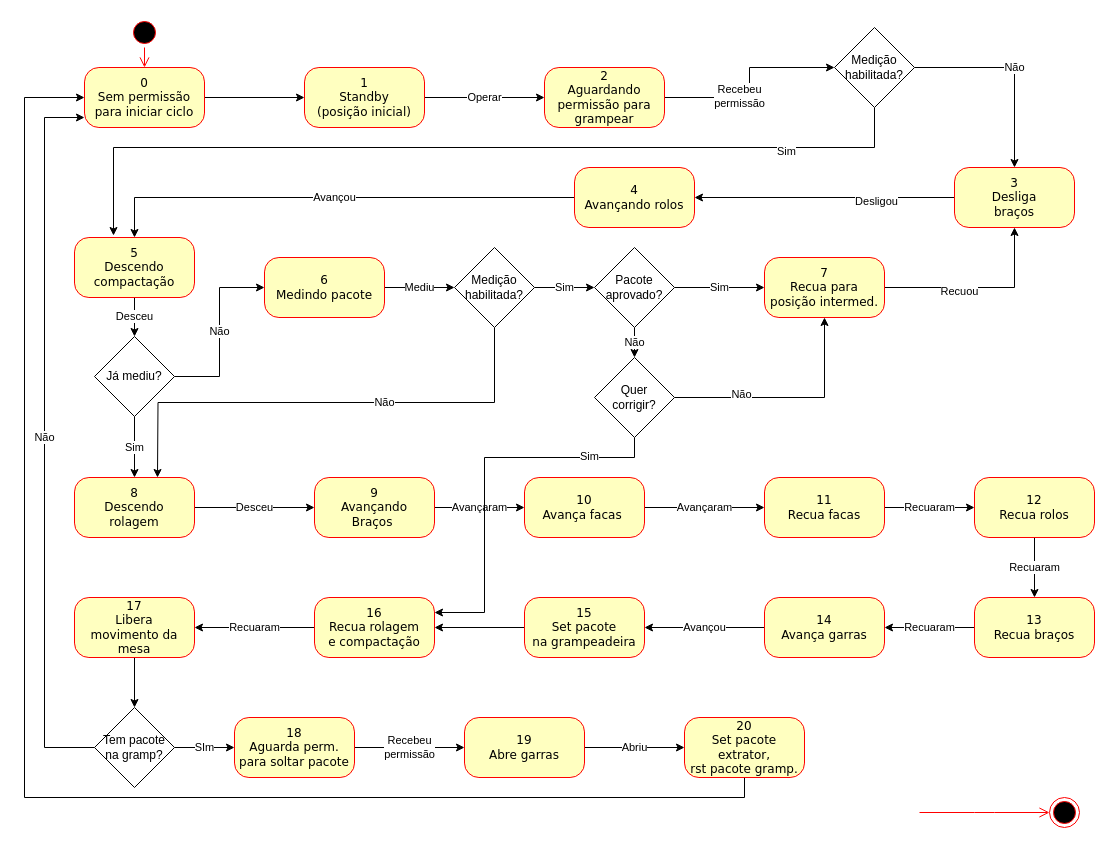
The draw.io diagram estadosGrampeadeiraV2.drawio in JonanMuller/M04196N03_Grampeadeira, before the edit. Source tidied: cells renumbered, new cells numbered last; positions are measured from the earlier drawing's top-left corner, leaving out a move shared by most shapes. Both pictures are drawn from the tidied source at 100%, with x=0, y=0 at pixel (24, 17).
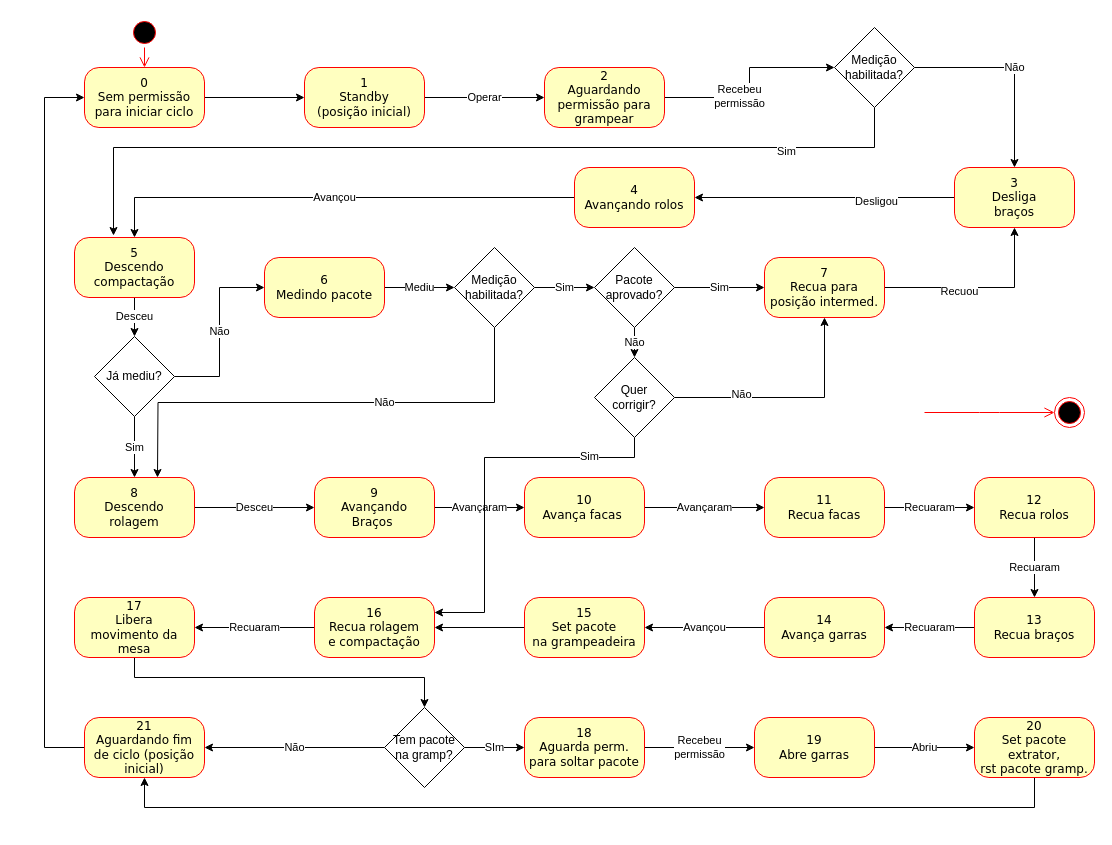
The same page after the edit.

The change refers to these unchanged cells:
```xml
<mxCell id="28" value="0&lt;br&gt;Sem permissão&lt;br&gt;para iniciar ciclo" style="rounded=1;whiteSpace=wrap;html=1;arcSize=24;fillColor=#ffffc0;strokeColor=#ff0000;shadow=0;comic=0;labelBackgroundColor=none;fontFamily=Verdana;fontSize=12;fontColor=#000000;align=center;" parent="1" vertex="1">
  <mxGeometry x="60" y="50" width="120" height="60" as="geometry" />
</mxCell>
<mxCell id="43" value="17&lt;br&gt;Libera&lt;br&gt;movimento da mesa" style="rounded=1;whiteSpace=wrap;html=1;arcSize=24;fillColor=#ffffc0;strokeColor=#ff0000;shadow=0;comic=0;labelBackgroundColor=none;fontFamily=Verdana;fontSize=12;fontColor=#000000;align=center;" parent="1" vertex="1">
  <mxGeometry x="50" y="580" width="120" height="60" as="geometry" />
</mxCell>
```

Diff of the diagram source:
```diff
@@
     <mxCell id="29" style="ellipse;html=1;shape=endState;fillColor=#000000;strokeColor=#ff0000;rounded=1;shadow=0;comic=0;labelBackgroundColor=none;fontFamily=Verdana;fontSize=12;fontColor=#000000;align=center;" parent="1" vertex="1">
-      <mxGeometry x="1025" y="780" width="30" height="30" as="geometry" />
+      <mxGeometry x="1030" y="380" width="30" height="30" as="geometry" />
     </mxCell>
     <mxCell id="30" style="edgeStyle=elbowEdgeStyle;html=1;labelBackgroundColor=none;endArrow=open;endSize=8;strokeColor=#ff0000;fontFamily=Verdana;fontSize=12;align=left;" parent="1" edge="1" target="29">
       <mxGeometry relative="1" as="geometry">
-        <mxPoint x="895" y="795" as="sourcePoint" />
+        <mxPoint x="900" y="395" as="sourcePoint" />
       </mxGeometry>
     </mxCell>
@@
     <mxCell id="42" style="edgeStyle=orthogonalEdgeStyle;rounded=0;jettySize=auto;html=1;" parent="1" edge="1" source="43" target="51">
-      <mxGeometry relative="1" as="geometry" />
+      <mxGeometry relative="1" as="geometry">
+        <Array as="points">
+          <mxPoint x="110" y="660" />
+          <mxPoint x="400" y="660" />
+        </Array>
+      </mxGeometry>
     </mxCell>
@@
-    <mxCell id="45" style="edgeStyle=orthogonalEdgeStyle;rounded=0;jettySize=auto;html=1;exitX=0.5;exitY=1;exitDx=0;exitDy=0;entryX=0;entryY=0.5;entryDx=0;entryDy=0;" parent="1" edge="1" source="46" target="28">
-      <mxGeometry relative="1" as="geometry">
-        <Array as="points">
-          <mxPoint x="720" y="780" />
-          <mxPoint y="780" />
-          <mxPoint y="80" />
-        </Array>
-      </mxGeometry>
-    </mxCell>
+    <mxCell id="73" style="edgeStyle=orthogonalEdgeStyle;rounded=0;jettySize=auto;html=1;exitX=0.5;exitY=1;exitDx=0;exitDy=0;entryX=0.5;entryY=1;entryDx=0;entryDy=0;" parent="1" edge="1" source="46" target="75">
+      <mxGeometry relative="1" as="geometry">
+        <Array as="points">
+          <mxPoint x="1010" y="790" />
+          <mxPoint x="120" y="790" />
+        </Array>
+      </mxGeometry>
+    </mxCell>
     <mxCell id="46" value="20&lt;br&gt;Set pacote extrator,&lt;br&gt;rst pacote gramp." style="rounded=1;whiteSpace=wrap;html=1;arcSize=24;fillColor=#ffffc0;strokeColor=#ff0000;shadow=0;comic=0;labelBackgroundColor=none;fontFamily=Verdana;fontSize=12;fontColor=#000000;align=center;" parent="1" vertex="1">
-      <mxGeometry x="660" y="700" width="120" height="60" as="geometry" />
+      <mxGeometry x="950" y="700" width="120" height="60" as="geometry" />
     </mxCell>
@@
-    <mxCell id="50" value="Não" style="edgeStyle=orthogonalEdgeStyle;rounded=0;jettySize=auto;html=1;exitX=0;exitY=0.5;exitDx=0;exitDy=0;" parent="1" edge="1" source="51">
-      <mxGeometry relative="1" as="geometry">
-        <mxPoint x="60" y="100" as="targetPoint" />
-        <Array as="points">
-          <mxPoint x="20" y="730" />
-          <mxPoint x="20" y="100" />
-          <mxPoint x="60" y="100" />
-        </Array>
-      </mxGeometry>
+    <mxCell id="50" value="Não" style="edgeStyle=orthogonalEdgeStyle;rounded=0;jettySize=auto;html=1;exitX=0;exitY=0.5;exitDx=0;exitDy=0;entryX=1;entryY=0.5;entryDx=0;entryDy=0;" parent="1" edge="1" source="51" target="75">
+      <mxGeometry relative="1" as="geometry" />
     </mxCell>
     <mxCell id="51" value="Tem pacote na gramp?" style="rhombus;whiteSpace=wrap;html=1;" parent="1" vertex="1">
-      <mxGeometry x="70" y="690" width="80" height="80" as="geometry" />
+      <mxGeometry x="360" y="690" width="80" height="80" as="geometry" />
     </mxCell>
@@
     <mxCell id="53" value="18&lt;br&gt;Aguarda perm.&lt;br&gt;para soltar pacote" style="rounded=1;whiteSpace=wrap;html=1;arcSize=24;fillColor=#ffffc0;strokeColor=#ff0000;shadow=0;comic=0;labelBackgroundColor=none;fontFamily=Verdana;fontSize=12;fontColor=#000000;align=center;" parent="1" vertex="1">
-      <mxGeometry x="210" y="700" width="120" height="60" as="geometry" />
+      <mxGeometry x="500" y="700" width="120" height="60" as="geometry" />
     </mxCell>
     <mxCell id="54" value="19&lt;br&gt;Abre garras" style="rounded=1;whiteSpace=wrap;html=1;arcSize=24;fillColor=#ffffc0;strokeColor=#ff0000;shadow=0;comic=0;labelBackgroundColor=none;fontFamily=Verdana;fontSize=12;fontColor=#000000;align=center;" parent="1" vertex="1">
-      <mxGeometry x="440" y="700" width="120" height="60" as="geometry" />
+      <mxGeometry x="730" y="700" width="120" height="60" as="geometry" />
     </mxCell>
@@
+    <mxCell id="74" style="edgeStyle=orthogonalEdgeStyle;rounded=0;jettySize=auto;html=1;exitX=0;exitY=0.5;exitDx=0;exitDy=0;entryX=0;entryY=0.5;entryDx=0;entryDy=0;" parent="1" edge="1" source="75" target="28">
+      <mxGeometry relative="1" as="geometry">
+        <Array as="points">
+          <mxPoint x="20" y="730" />
+          <mxPoint x="20" y="80" />
+        </Array>
+      </mxGeometry>
+    </mxCell>
+    <mxCell id="75" value="21&lt;br&gt;Aguardando fim&lt;br&gt;de ciclo (posição inicial)" style="rounded=1;whiteSpace=wrap;html=1;arcSize=24;fillColor=#ffffc0;strokeColor=#ff0000;shadow=0;comic=0;labelBackgroundColor=none;fontFamily=Verdana;fontSize=12;fontColor=#000000;align=center;" parent="1" vertex="1">
+      <mxGeometry x="60" y="700" width="120" height="60" as="geometry" />
+    </mxCell>
```
